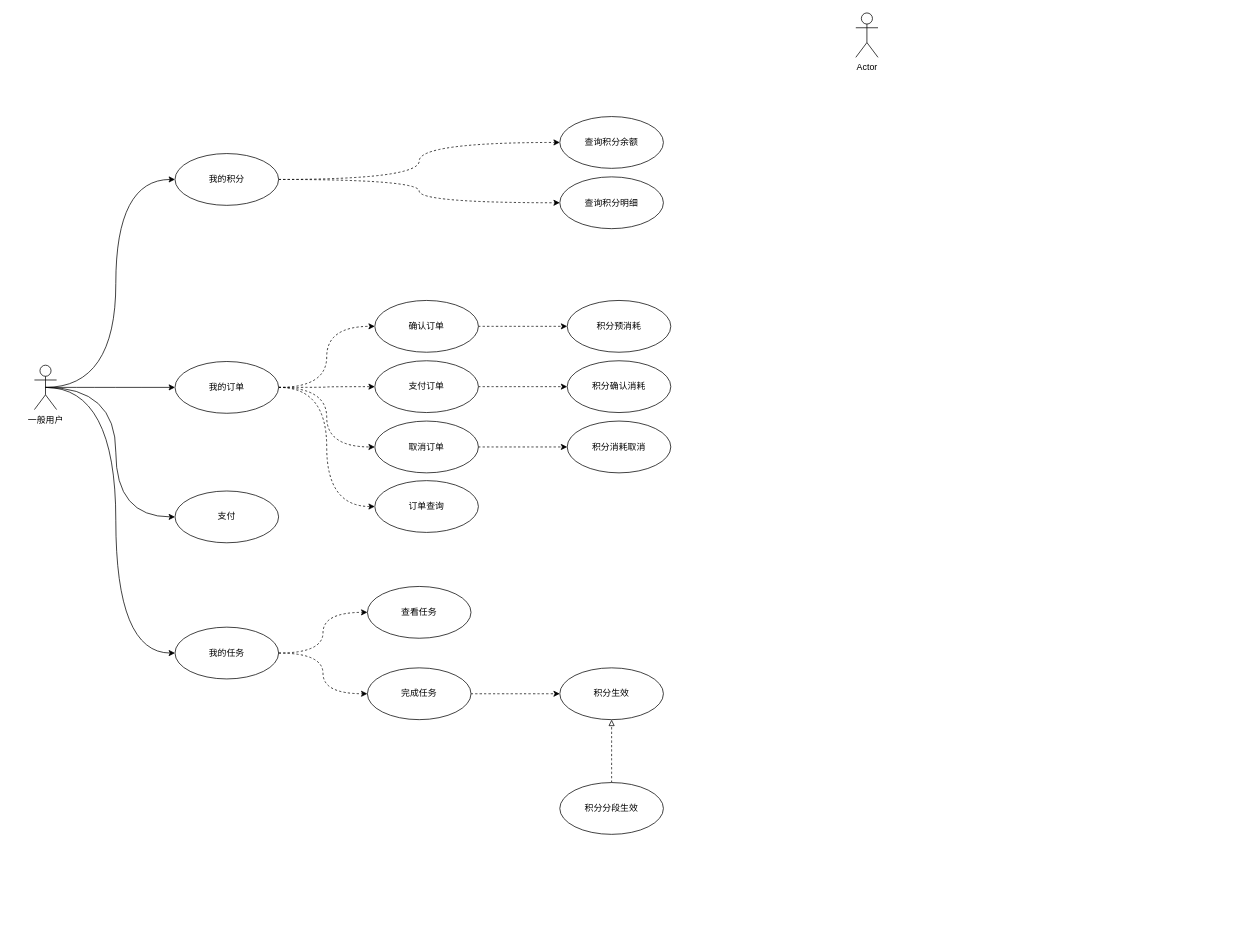
Earlier version of the draw.io diagram StudyDemo/src/积分系统用例图.drawio (keyeze/StudyPlace). Source tidied: cells renumbered, new cells numbered last; positions are measured from the earlier drawing's top-left corner, leaving out a move shared by most shapes. Both pictures are drawn from the tidied source at 74%, with x=0, y=0 at pixel (34, 13).
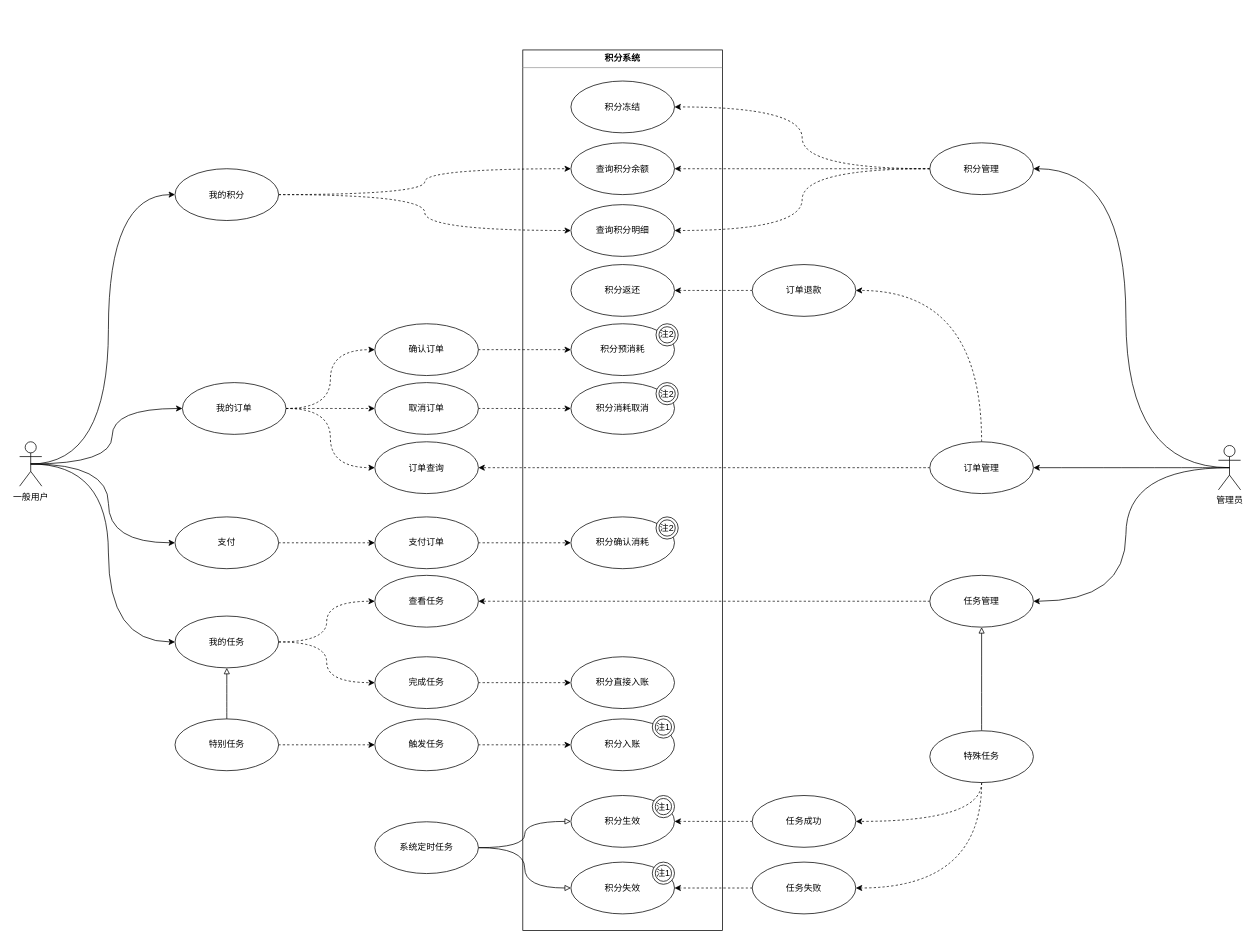
The same diagram, later.

Commit message:
更新积分系统用例图.drawio

Diff of the diagram source:
```diff
@@
+    <mxCell id="38" value="&lt;p style=&quot;margin: 0px ; margin-top: 4px ; text-align: center&quot;&gt;&lt;b&gt;积分系统&lt;/b&gt;&lt;/p&gt;&lt;hr size=&quot;1&quot;&gt;&lt;div style=&quot;height: 2px&quot;&gt;&lt;/div&gt;" style="verticalAlign=top;align=left;overflow=fill;fontSize=12;fontFamily=Helvetica;html=1;" parent="1" vertex="1">
+      <mxGeometry x="660" y="50" width="270" height="1190" as="geometry" />
+    </mxCell>
+    <mxCell id="39" style="edgeStyle=orthogonalEdgeStyle;curved=1;jettySize=auto;html=1;exitX=0.5;exitY=0.5;exitDx=0;exitDy=0;exitPerimeter=0;entryX=1;entryY=0.5;entryDx=0;entryDy=0;endArrow=classic;endFill=1;" parent="1" edge="1" source="2" target="62">
+      <mxGeometry relative="1" as="geometry" />
+    </mxCell>
+    <mxCell id="40" style="edgeStyle=orthogonalEdgeStyle;curved=1;jettySize=auto;html=1;exitX=0.5;exitY=0.5;exitDx=0;exitDy=0;exitPerimeter=0;entryX=1;entryY=0.5;entryDx=0;entryDy=0;endArrow=classic;endFill=1;" parent="1" edge="1" source="2" target="65">
+      <mxGeometry relative="1" as="geometry" />
+    </mxCell>
+    <mxCell id="41" style="edgeStyle=orthogonalEdgeStyle;curved=1;jettySize=auto;html=1;exitX=0.5;exitY=0.5;exitDx=0;exitDy=0;exitPerimeter=0;entryX=1;entryY=0.5;entryDx=0;entryDy=0;endArrow=classic;endFill=1;" parent="1" edge="1" source="2" target="58">
+      <mxGeometry relative="1" as="geometry" />
+    </mxCell>
-    <mxCell id="2" value="Actor" style="shape=umlActor;verticalLabelPosition=bottom;labelBackgroundColor=#ffffff;verticalAlign=top;html=1;" parent="1" vertex="1">
-      <mxGeometry x="1110" width="30" height="60" as="geometry" />
+    <mxCell id="2" value="管理员" style="shape=umlActor;verticalLabelPosition=bottom;labelBackgroundColor=#ffffff;verticalAlign=top;html=1;" parent="1" vertex="1">
+      <mxGeometry x="1600" y="584.5" width="30" height="60" as="geometry" />
     </mxCell>
@@
     <mxCell id="7" value="一般用户" style="shape=umlActor;verticalLabelPosition=bottom;labelBackgroundColor=#ffffff;verticalAlign=top;html=1;" parent="1" vertex="1">
-      <mxGeometry y="476" width="30" height="60" as="geometry" />
+      <mxGeometry x="-20" y="579.5" width="30" height="60" as="geometry" />
     </mxCell>
@@
     <mxCell id="10" value="我的积分" style="ellipse;whiteSpace=wrap;html=1;" parent="1" vertex="1">
-      <mxGeometry x="190" y="190" width="140" height="70" as="geometry" />
+      <mxGeometry x="190" y="210.5" width="140" height="70" as="geometry" />
     </mxCell>
@@
     <mxCell id="13" value="我的任务" style="ellipse;whiteSpace=wrap;html=1;" parent="1" vertex="1">
-      <mxGeometry x="190" y="830" width="140" height="70" as="geometry" />
+      <mxGeometry x="190" y="815" width="140" height="70" as="geometry" />
     </mxCell>
     <mxCell id="14" value="查询积分余额" style="ellipse;whiteSpace=wrap;html=1;" parent="1" vertex="1">
-      <mxGeometry x="710" y="140" width="140" height="70" as="geometry" />
+      <mxGeometry x="725" y="175.5" width="140" height="70" as="geometry" />
     </mxCell>
     <mxCell id="15" value="查询积分明细" style="ellipse;whiteSpace=wrap;html=1;" parent="1" vertex="1">
-      <mxGeometry x="710" y="221.5" width="140" height="70" as="geometry" />
+      <mxGeometry x="725" y="259" width="140" height="70" as="geometry" />
     </mxCell>
@@
     <mxCell id="17" value="支付订单" style="ellipse;whiteSpace=wrap;html=1;" parent="1" vertex="1">
-      <mxGeometry x="460" y="470" width="140" height="70" as="geometry" />
+      <mxGeometry x="460" y="681" width="140" height="70" as="geometry" />
     </mxCell>
     <mxCell id="18" value="订单查询" style="ellipse;whiteSpace=wrap;html=1;" parent="1" vertex="1">
-      <mxGeometry x="460" y="632" width="140" height="70" as="geometry" />
+      <mxGeometry x="460" y="579.5" width="140" height="70" as="geometry" />
     </mxCell>
     <mxCell id="19" value="查看任务" style="ellipse;whiteSpace=wrap;html=1;" parent="1" vertex="1">
-      <mxGeometry x="450" y="775" width="140" height="70" as="geometry" />
+      <mxGeometry x="460" y="760" width="140" height="70" as="geometry" />
     </mxCell>
-    <mxCell id="20" style="edgeStyle=orthogonalEdgeStyle;curved=1;jettySize=auto;html=1;exitX=1;exitY=0.5;exitDx=0;exitDy=0;entryX=0;entryY=0.5;entryDx=0;entryDy=0;dashed=1;" parent="1" edge="1" source="21" target="33">
-      <mxGeometry relative="1" as="geometry" />
-    </mxCell>
+    <mxCell id="42" style="edgeStyle=orthogonalEdgeStyle;curved=1;jettySize=auto;html=1;exitX=1;exitY=0.5;exitDx=0;exitDy=0;entryX=0;entryY=0.5;entryDx=0;entryDy=0;dashed=1;endArrow=classic;endFill=1;" parent="1" edge="1" source="21" target="45">
+      <mxGeometry relative="1" as="geometry" />
+    </mxCell>
     <mxCell id="21" value="完成任务" style="ellipse;whiteSpace=wrap;html=1;" parent="1" vertex="1">
-      <mxGeometry x="450" y="885" width="140" height="70" as="geometry" />
+      <mxGeometry x="460" y="870" width="140" height="70" as="geometry" />
     </mxCell>
@@
-    <mxCell id="23" style="edgeStyle=orthogonalEdgeStyle;curved=1;jettySize=auto;html=1;exitX=1;exitY=0.5;exitDx=0;exitDy=0;entryX=0;entryY=0.5;entryDx=0;entryDy=0;dashed=1;" parent="1" edge="1" source="26" target="17">
+    <mxCell id="23" style="edgeStyle=orthogonalEdgeStyle;curved=1;jettySize=auto;html=1;exitX=1;exitY=0.5;exitDx=0;exitDy=0;entryX=0;entryY=0.5;entryDx=0;entryDy=0;dashed=1;" parent="1" edge="1" source="29" target="17">
       <mxGeometry relative="1" as="geometry" />
     </mxCell>
@@
     <mxCell id="26" value="我的订单" style="ellipse;whiteSpace=wrap;html=1;" parent="1" vertex="1">
-      <mxGeometry x="190" y="471" width="140" height="70" as="geometry" />
+      <mxGeometry x="200" y="499.5" width="140" height="70" as="geometry" />
     </mxCell>
@@
     <mxCell id="28" value="取消订单" style="ellipse;whiteSpace=wrap;html=1;" parent="1" vertex="1">
-      <mxGeometry x="460" y="551.5" width="140" height="70" as="geometry" />
+      <mxGeometry x="460" y="499.5" width="140" height="70" as="geometry" />
     </mxCell>
     <mxCell id="29" value="支付" style="ellipse;whiteSpace=wrap;html=1;" parent="1" vertex="1">
-      <mxGeometry x="190" y="646" width="140" height="70" as="geometry" />
+      <mxGeometry x="190" y="681" width="140" height="70" as="geometry" />
     </mxCell>
     <mxCell id="30" value="积分预消耗" style="ellipse;whiteSpace=wrap;html=1;" parent="1" vertex="1">
-      <mxGeometry x="720" y="388.5" width="140" height="70" as="geometry" />
+      <mxGeometry x="725" y="420" width="140" height="70" as="geometry" />
     </mxCell>
     <mxCell id="31" value="积分消耗取消" style="ellipse;whiteSpace=wrap;html=1;" parent="1" vertex="1">
-      <mxGeometry x="720" y="551.5" width="140" height="70" as="geometry" />
+      <mxGeometry x="725" y="499.5" width="140" height="70" as="geometry" />
     </mxCell>
     <mxCell id="32" value="积分确认消耗" style="ellipse;whiteSpace=wrap;html=1;" parent="1" vertex="1">
-      <mxGeometry x="720" y="470" width="140" height="70" as="geometry" />
+      <mxGeometry x="725" y="681" width="140" height="70" as="geometry" />
     </mxCell>
+    <mxCell id="43" style="edgeStyle=orthogonalEdgeStyle;curved=1;jettySize=auto;html=1;exitX=1;exitY=0.5;exitDx=0;exitDy=0;entryX=0;entryY=0.5;entryDx=0;entryDy=0;dashed=1;endArrow=classic;endFill=1;" parent="1" edge="1" source="51" target="49">
+      <mxGeometry relative="1" as="geometry" />
+    </mxCell>
+    <mxCell id="44" style="edgeStyle=orthogonalEdgeStyle;curved=1;jettySize=auto;html=1;exitX=0;exitY=0.5;exitDx=0;exitDy=0;entryX=1;entryY=0.5;entryDx=0;entryDy=0;dashed=1;endArrow=classic;endFill=1;" parent="1" edge="1" source="33" target="50">
+      <mxGeometry relative="1" as="geometry" />
+    </mxCell>
-    <mxCell id="33" value="积分生效" style="ellipse;whiteSpace=wrap;html=1;" parent="1" vertex="1">
-      <mxGeometry x="710" y="885" width="140" height="70" as="geometry" />
+    <mxCell id="33" value="任务成功" style="ellipse;whiteSpace=wrap;html=1;" parent="1" vertex="1">
+      <mxGeometry x="970" y="1057.5" width="140" height="70" as="geometry" />
     </mxCell>
-    <mxCell id="34" style="edgeStyle=orthogonalEdgeStyle;curved=1;jettySize=auto;html=1;exitX=0.5;exitY=0;exitDx=0;exitDy=0;entryX=0.5;entryY=1;entryDx=0;entryDy=0;dashed=1;endArrow=block;endFill=0;" parent="1" edge="1" source="35" target="33">
-      <mxGeometry relative="1" as="geometry" />
-    </mxCell>
-    <mxCell id="35" value="积分分段生效" style="ellipse;whiteSpace=wrap;html=1;" parent="1" vertex="1">
-      <mxGeometry x="710" y="1040" width="140" height="70" as="geometry" />
-    </mxCell>
@@
     <mxCell id="37" value="确认订单" style="ellipse;whiteSpace=wrap;html=1;" parent="1" vertex="1">
-      <mxGeometry x="460" y="388.5" width="140" height="70" as="geometry" />
+      <mxGeometry x="460" y="420" width="140" height="70" as="geometry" />
     </mxCell>
+    <mxCell id="45" value="积分直接入账" style="ellipse;whiteSpace=wrap;html=1;" parent="1" vertex="1">
+      <mxGeometry x="725" y="870" width="140" height="70" as="geometry" />
+    </mxCell>
+    <mxCell id="46" style="edgeStyle=orthogonalEdgeStyle;curved=1;jettySize=auto;html=1;exitX=0.5;exitY=0;exitDx=0;exitDy=0;entryX=0.5;entryY=1;entryDx=0;entryDy=0;endArrow=block;endFill=0;" parent="1" edge="1" source="48" target="13">
+      <mxGeometry relative="1" as="geometry" />
+    </mxCell>
+    <mxCell id="47" style="edgeStyle=orthogonalEdgeStyle;curved=1;jettySize=auto;html=1;exitX=1;exitY=0.5;exitDx=0;exitDy=0;entryX=0;entryY=0.5;entryDx=0;entryDy=0;dashed=1;endArrow=classic;endFill=1;" parent="1" edge="1" source="48" target="51">
+      <mxGeometry relative="1" as="geometry" />
+    </mxCell>
+    <mxCell id="48" value="特别任务" style="ellipse;whiteSpace=wrap;html=1;" parent="1" vertex="1">
+      <mxGeometry x="190" y="954" width="140" height="70" as="geometry" />
+    </mxCell>
+    <mxCell id="49" value="积分入账" style="ellipse;whiteSpace=wrap;html=1;" parent="1" vertex="1">
+      <mxGeometry x="725" y="954" width="140" height="70" as="geometry" />
+    </mxCell>
+    <mxCell id="50" value="积分生效" style="ellipse;whiteSpace=wrap;html=1;" parent="1" vertex="1">
+      <mxGeometry x="725" y="1057.5" width="140" height="70" as="geometry" />
+    </mxCell>
+    <mxCell id="51" value="触发任务" style="ellipse;whiteSpace=wrap;html=1;" parent="1" vertex="1">
+      <mxGeometry x="460" y="954" width="140" height="70" as="geometry" />
+    </mxCell>
+    <mxCell id="52" style="edgeStyle=orthogonalEdgeStyle;curved=1;jettySize=auto;html=1;exitX=0;exitY=0.5;exitDx=0;exitDy=0;entryX=1;entryY=0.5;entryDx=0;entryDy=0;dashed=1;endArrow=classic;endFill=1;" parent="1" edge="1" source="53" target="54">
+      <mxGeometry relative="1" as="geometry" />
+    </mxCell>
+    <mxCell id="53" value="任务失败" style="ellipse;whiteSpace=wrap;html=1;" parent="1" vertex="1">
+      <mxGeometry x="970" y="1147.5" width="140" height="70" as="geometry" />
+    </mxCell>
+    <mxCell id="54" value="积分失效" style="ellipse;whiteSpace=wrap;html=1;" parent="1" vertex="1">
+      <mxGeometry x="725" y="1147.5" width="140" height="70" as="geometry" />
+    </mxCell>
+    <mxCell id="55" style="edgeStyle=orthogonalEdgeStyle;curved=1;jettySize=auto;html=1;exitX=0;exitY=0.5;exitDx=0;exitDy=0;entryX=1;entryY=0.5;entryDx=0;entryDy=0;dashed=1;endArrow=classic;endFill=1;" parent="1" edge="1" source="58" target="19">
+      <mxGeometry relative="1" as="geometry" />
+    </mxCell>
+    <mxCell id="56" style="edgeStyle=orthogonalEdgeStyle;curved=1;jettySize=auto;html=1;entryX=1;entryY=0.5;entryDx=0;entryDy=0;dashed=1;endArrow=classic;endFill=1;exitX=0.5;exitY=1;exitDx=0;exitDy=0;" parent="1" edge="1" source="71" target="33">
+      <mxGeometry relative="1" as="geometry" />
+    </mxCell>
+    <mxCell id="57" style="edgeStyle=orthogonalEdgeStyle;curved=1;jettySize=auto;html=1;exitX=0.5;exitY=1;exitDx=0;exitDy=0;entryX=1;entryY=0.5;entryDx=0;entryDy=0;dashed=1;endArrow=classic;endFill=1;" parent="1" edge="1" source="71" target="53">
+      <mxGeometry relative="1" as="geometry" />
+    </mxCell>
+    <mxCell id="58" value="任务管理" style="ellipse;whiteSpace=wrap;html=1;" parent="1" vertex="1">
+      <mxGeometry x="1210" y="760" width="140" height="70" as="geometry" />
+    </mxCell>
+    <mxCell id="59" style="edgeStyle=orthogonalEdgeStyle;curved=1;jettySize=auto;html=1;exitX=0;exitY=0.5;exitDx=0;exitDy=0;entryX=1;entryY=0.5;entryDx=0;entryDy=0;dashed=1;endArrow=classic;endFill=1;" parent="1" edge="1" source="62" target="14">
+      <mxGeometry relative="1" as="geometry" />
+    </mxCell>
+    <mxCell id="60" style="edgeStyle=orthogonalEdgeStyle;curved=1;jettySize=auto;html=1;exitX=0;exitY=0.5;exitDx=0;exitDy=0;entryX=1;entryY=0.5;entryDx=0;entryDy=0;dashed=1;endArrow=classic;endFill=1;" parent="1" edge="1" source="62" target="15">
+      <mxGeometry relative="1" as="geometry" />
+    </mxCell>
+    <mxCell id="61" style="edgeStyle=orthogonalEdgeStyle;curved=1;jettySize=auto;html=1;exitX=0;exitY=0.5;exitDx=0;exitDy=0;entryX=1;entryY=0.5;entryDx=0;entryDy=0;dashed=1;endArrow=classic;endFill=1;" parent="1" edge="1" source="62" target="69">
+      <mxGeometry relative="1" as="geometry" />
+    </mxCell>
+    <mxCell id="62" value="积分管理" style="ellipse;whiteSpace=wrap;html=1;" parent="1" vertex="1">
+      <mxGeometry x="1210" y="175.5" width="140" height="70" as="geometry" />
+    </mxCell>
+    <mxCell id="63" style="edgeStyle=orthogonalEdgeStyle;curved=1;jettySize=auto;html=1;exitX=0;exitY=0.5;exitDx=0;exitDy=0;entryX=1;entryY=0.5;entryDx=0;entryDy=0;dashed=1;endArrow=classic;endFill=1;" parent="1" edge="1" source="65" target="18">
+      <mxGeometry relative="1" as="geometry" />
+    </mxCell>
+    <mxCell id="64" style="edgeStyle=orthogonalEdgeStyle;curved=1;jettySize=auto;html=1;exitX=0.5;exitY=0;exitDx=0;exitDy=0;entryX=1;entryY=0.5;entryDx=0;entryDy=0;dashed=1;endArrow=classic;endFill=1;" parent="1" edge="1" source="65" target="67">
+      <mxGeometry relative="1" as="geometry" />
+    </mxCell>
+    <mxCell id="65" value="订单管理" style="ellipse;whiteSpace=wrap;html=1;" parent="1" vertex="1">
+      <mxGeometry x="1210" y="579.5" width="140" height="70" as="geometry" />
+    </mxCell>
+    <mxCell id="66" style="edgeStyle=orthogonalEdgeStyle;curved=1;jettySize=auto;html=1;exitX=0;exitY=0.5;exitDx=0;exitDy=0;dashed=1;endArrow=classic;endFill=1;entryX=1;entryY=0.5;entryDx=0;entryDy=0;" parent="1" edge="1" source="67" target="68">
+      <mxGeometry relative="1" as="geometry" />
+    </mxCell>
+    <mxCell id="67" value="订单退款" style="ellipse;whiteSpace=wrap;html=1;" parent="1" vertex="1">
+      <mxGeometry x="970" y="340" width="140" height="70" as="geometry" />
+    </mxCell>
+    <mxCell id="68" value="积分返还" style="ellipse;whiteSpace=wrap;html=1;" parent="1" vertex="1">
+      <mxGeometry x="725" y="340" width="140" height="70" as="geometry" />
+    </mxCell>
+    <mxCell id="69" value="积分冻结" style="ellipse;whiteSpace=wrap;html=1;" parent="1" vertex="1">
+      <mxGeometry x="725" y="92" width="140" height="70" as="geometry" />
+    </mxCell>
+    <mxCell id="70" style="edgeStyle=orthogonalEdgeStyle;curved=1;jettySize=auto;html=1;exitX=0.5;exitY=0;exitDx=0;exitDy=0;entryX=0.5;entryY=1;entryDx=0;entryDy=0;endArrow=block;endFill=0;" parent="1" edge="1" source="71" target="58">
+      <mxGeometry relative="1" as="geometry" />
+    </mxCell>
+    <mxCell id="71" value="特殊任务" style="ellipse;whiteSpace=wrap;html=1;" parent="1" vertex="1">
+      <mxGeometry x="1210" y="970" width="140" height="70" as="geometry" />
+    </mxCell>
+    <mxCell id="72" style="edgeStyle=orthogonalEdgeStyle;curved=1;jettySize=auto;html=1;exitX=1;exitY=0.5;exitDx=0;exitDy=0;endArrow=block;endFill=0;" parent="1" edge="1" source="74" target="50">
+      <mxGeometry relative="1" as="geometry" />
+    </mxCell>
+    <mxCell id="73" style="edgeStyle=orthogonalEdgeStyle;curved=1;jettySize=auto;html=1;exitX=1;exitY=0.5;exitDx=0;exitDy=0;entryX=0;entryY=0.5;entryDx=0;entryDy=0;endArrow=block;endFill=0;" parent="1" edge="1" source="74" target="54">
+      <mxGeometry relative="1" as="geometry" />
+    </mxCell>
+    <mxCell id="74" value="系统定时任务" style="ellipse;whiteSpace=wrap;html=1;" parent="1" vertex="1">
+      <mxGeometry x="460" y="1093" width="140" height="70" as="geometry" />
+    </mxCell>
+    <mxCell id="75" value="注1" style="ellipse;shape=doubleEllipse;whiteSpace=wrap;html=1;" parent="1" vertex="1">
+      <mxGeometry x="835" y="1147.5" width="30" height="30" as="geometry" />
+    </mxCell>
+    <mxCell id="76" value="注1" style="ellipse;shape=doubleEllipse;whiteSpace=wrap;html=1;" parent="1" vertex="1">
+      <mxGeometry x="835" y="1057.5" width="30" height="30" as="geometry" />
+    </mxCell>
+    <mxCell id="77" value="注1" style="ellipse;shape=doubleEllipse;whiteSpace=wrap;html=1;" parent="1" vertex="1">
+      <mxGeometry x="835" y="950" width="30" height="30" as="geometry" />
+    </mxCell>
+    <mxCell id="78" value="注2" style="ellipse;shape=doubleEllipse;whiteSpace=wrap;html=1;" parent="1" vertex="1">
+      <mxGeometry x="840" y="499.5" width="30" height="30" as="geometry" />
+    </mxCell>
+    <mxCell id="79" value="注2" style="ellipse;shape=doubleEllipse;whiteSpace=wrap;html=1;" parent="1" vertex="1">
+      <mxGeometry x="840" y="420" width="30" height="30" as="geometry" />
+    </mxCell>
+    <mxCell id="80" value="注2" style="ellipse;shape=doubleEllipse;whiteSpace=wrap;html=1;" parent="1" vertex="1">
+      <mxGeometry x="840" y="681" width="30" height="30" as="geometry" />
+    </mxCell>
```
